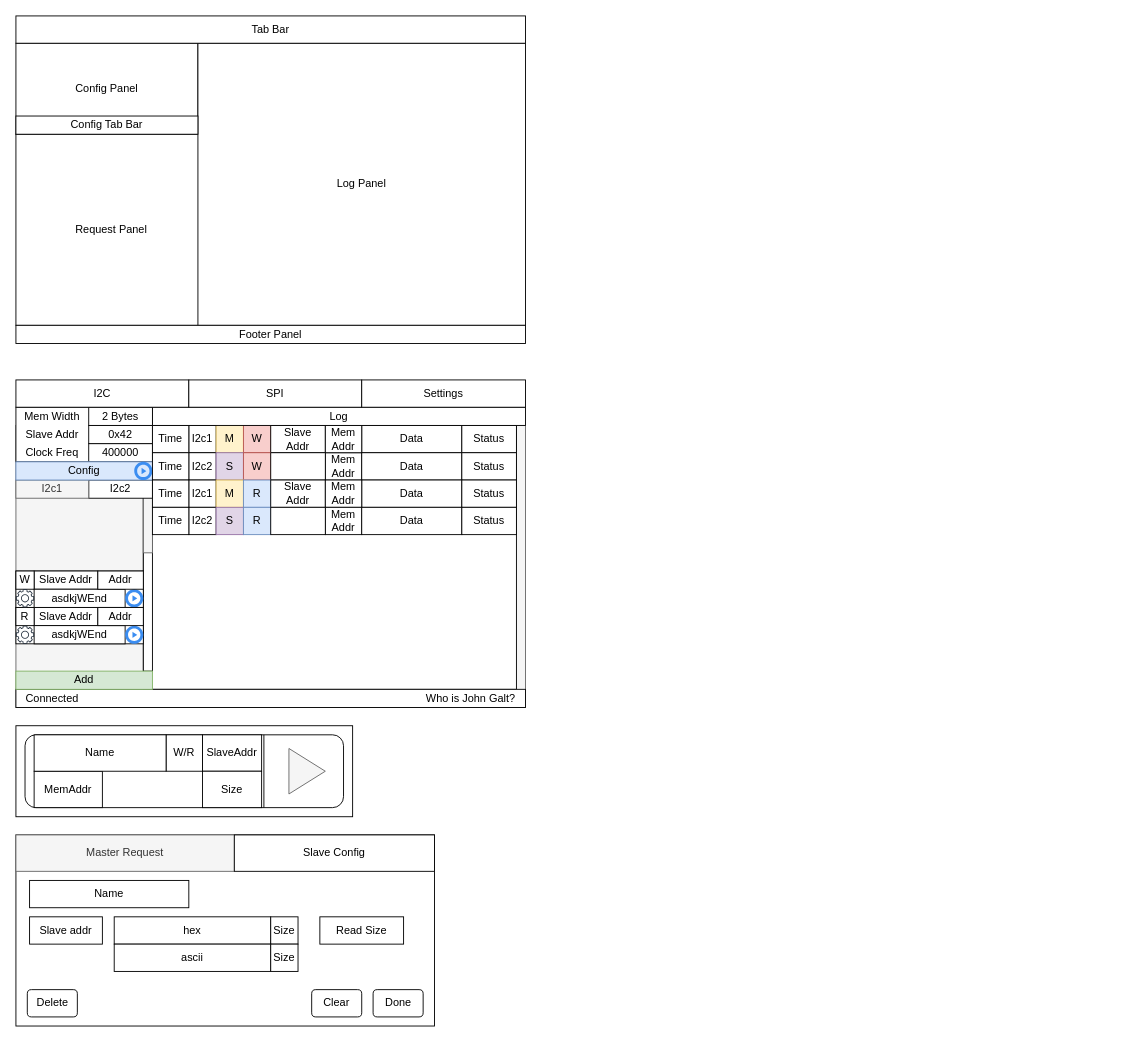
Before: UImock.drawio in AlmCoding/expander-ui, a draw.io diagram. Source tidied: cells renumbered, new cells numbered last; positions are measured from the earlier drawing's top-left corner, leaving out a move shared by most shapes. Both pictures are drawn from the tidied source at 91%, with x=0, y=0 at pixel (15, 15).
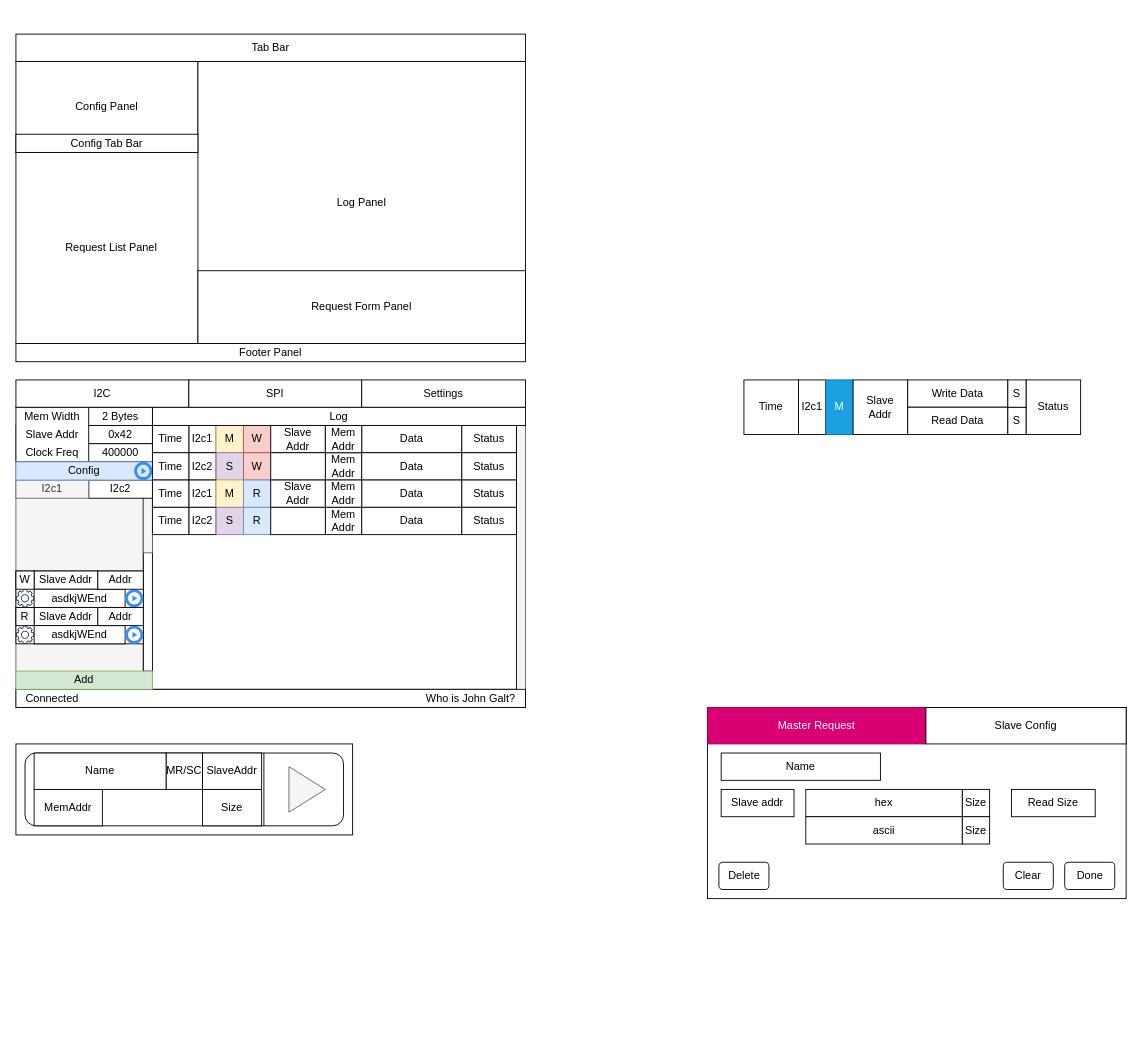
The same diagram, later.

Diff of the diagram source:
```diff
@@
     <mxCell id="2" style="rounded=0;whiteSpace=wrap;html=1;" parent="1" vertex="1">
-      <mxGeometry y="780" width="370" height="100" as="geometry" />
+      <mxGeometry y="800" width="370" height="100" as="geometry" />
     </mxCell>
@@
     <mxCell id="70" value="Config Panel" style="rounded=0;whiteSpace=wrap;html=1;" parent="1" vertex="1">
-      <mxGeometry y="30" width="200" height="100" as="geometry" />
+      <mxGeometry y="50" width="200" height="100" as="geometry" />
     </mxCell>
-    <mxCell id="71" value="Request Panel" style="rounded=0;whiteSpace=wrap;html=1;" parent="1" vertex="1">
-      <mxGeometry y="130" width="210" height="210" as="geometry" />
+    <mxCell id="71" value="Request List Panel" style="rounded=0;whiteSpace=wrap;html=1;" parent="1" vertex="1">
+      <mxGeometry y="150" width="210" height="210" as="geometry" />
     </mxCell>
     <mxCell id="72" value="Log Panel" style="rounded=0;whiteSpace=wrap;html=1;" parent="1" vertex="1">
-      <mxGeometry x="200" y="30" width="360" height="310" as="geometry" />
+      <mxGeometry x="200" y="50" width="360" height="310" as="geometry" />
     </mxCell>
     <mxCell id="73" value="Footer Panel" style="rounded=0;whiteSpace=wrap;html=1;" parent="1" vertex="1">
-      <mxGeometry y="340" width="560" height="20" as="geometry" />
+      <mxGeometry y="360" width="560" height="20" as="geometry" />
     </mxCell>
@@
     <mxCell id="76" value="Tab Bar" style="rounded=0;whiteSpace=wrap;html=1;" parent="1" vertex="1">
-      <mxGeometry width="560" height="30" as="geometry" />
+      <mxGeometry y="20" width="560" height="30" as="geometry" />
     </mxCell>
     <mxCell id="77" value="Config Tab Bar" style="rounded=0;whiteSpace=wrap;html=1;" parent="1" vertex="1">
-      <mxGeometry y="110" width="200" height="20" as="geometry" />
+      <mxGeometry y="130" width="200" height="20" as="geometry" />
     </mxCell>
     <mxCell id="78" style="rounded=1;whiteSpace=wrap;html=1;" parent="1" vertex="1">
-      <mxGeometry x="10" y="790" width="350" height="80" as="geometry" />
+      <mxGeometry x="10" y="810" width="350" height="80" as="geometry" />
     </mxCell>
     <mxCell id="79" style="triangle;whiteSpace=wrap;html=1;fillColor=#f5f5f5;fontColor=#333333;strokeColor=#666666;" parent="1" vertex="1">
-      <mxGeometry x="300" y="805" width="40" height="50" as="geometry" />
+      <mxGeometry x="300" y="825" width="40" height="50" as="geometry" />
     </mxCell>
@@
     <mxCell id="82" style="rounded=0;whiteSpace=wrap;html=1;" parent="1" vertex="1">
-      <mxGeometry y="900" width="460" height="210" as="geometry" />
+      <mxGeometry x="760" y="760" width="460" height="210" as="geometry" />
     </mxCell>
     <mxCell id="83" value="Slave addr" style="rounded=0;whiteSpace=wrap;html=1;" parent="1" vertex="1">
-      <mxGeometry x="15" y="990" width="80" height="30" as="geometry" />
+      <mxGeometry x="775" y="850" width="80" height="30" as="geometry" />
     </mxCell>
     <mxCell id="84" value="hex" style="rounded=0;whiteSpace=wrap;html=1;" parent="1" vertex="1">
-      <mxGeometry x="108" y="990" width="172" height="30" as="geometry" />
+      <mxGeometry x="868" y="850" width="172" height="30" as="geometry" />
     </mxCell>
     <mxCell id="85" value="Read Size" style="rounded=0;whiteSpace=wrap;html=1;" parent="1" vertex="1">
-      <mxGeometry x="334" y="990" width="92" height="30" as="geometry" />
+      <mxGeometry x="1094" y="850" width="92" height="30" as="geometry" />
     </mxCell>
     <mxCell id="86" value="Size" style="rounded=0;whiteSpace=wrap;html=1;" parent="1" vertex="1">
-      <mxGeometry x="280" y="990" width="30" height="30" as="geometry" />
+      <mxGeometry x="1040" y="850" width="30" height="30" as="geometry" />
     </mxCell>
     <mxCell id="87" value="ascii" style="rounded=0;whiteSpace=wrap;html=1;" parent="1" vertex="1">
-      <mxGeometry x="108" y="1020" width="172" height="30" as="geometry" />
+      <mxGeometry x="868" y="880" width="172" height="30" as="geometry" />
     </mxCell>
     <mxCell id="88" value="Size" style="rounded=0;whiteSpace=wrap;html=1;" parent="1" vertex="1">
-      <mxGeometry x="280" y="1020" width="30" height="30" as="geometry" />
+      <mxGeometry x="1040" y="880" width="30" height="30" as="geometry" />
     </mxCell>
     <mxCell id="89" value="Clear" style="rounded=1;whiteSpace=wrap;html=1;" parent="1" vertex="1">
-      <mxGeometry x="325" y="1070" width="55" height="30" as="geometry" />
+      <mxGeometry x="1085" y="930" width="55" height="30" as="geometry" />
     </mxCell>
     <mxCell id="90" value="Name" style="rounded=0;whiteSpace=wrap;html=1;" parent="1" vertex="1">
-      <mxGeometry x="15" y="950" width="175" height="30" as="geometry" />
+      <mxGeometry x="775" y="810" width="175" height="30" as="geometry" />
     </mxCell>
     <mxCell id="91" value="Done" style="rounded=1;whiteSpace=wrap;html=1;" parent="1" vertex="1">
-      <mxGeometry x="392.5" y="1070" width="55" height="30" as="geometry" />
+      <mxGeometry x="1152.5" y="930" width="55" height="30" as="geometry" />
     </mxCell>
     <mxCell id="92" value="Delete" style="rounded=1;whiteSpace=wrap;html=1;" parent="1" vertex="1">
-      <mxGeometry x="12.5" y="1070" width="55" height="30" as="geometry" />
+      <mxGeometry x="772.5" y="930" width="55" height="30" as="geometry" />
     </mxCell>
-    <mxCell id="93" value="Master Request" style="rounded=0;whiteSpace=wrap;html=1;fillColor=#f5f5f5;fontColor=#333333;strokeColor=#666666;" parent="1" vertex="1">
-      <mxGeometry y="900" width="240" height="40" as="geometry" />
+    <mxCell id="93" value="Master Request" style="rounded=0;whiteSpace=wrap;html=1;fillColor=#d80073;fontColor=#ffffff;strokeColor=#A50040;" parent="1" vertex="1">
+      <mxGeometry x="760" y="760" width="240" height="40" as="geometry" />
     </mxCell>
     <mxCell id="94" value="Slave Config" style="rounded=0;whiteSpace=wrap;html=1;" parent="1" vertex="1">
-      <mxGeometry x="240" y="900" width="220" height="40" as="geometry" />
+      <mxGeometry x="1000" y="760" width="220" height="40" as="geometry" />
     </mxCell>
     <mxCell id="95" value="SlaveAddr" style="rounded=0;whiteSpace=wrap;html=1;" parent="1" vertex="1">
-      <mxGeometry x="205" y="790" width="65" height="40" as="geometry" />
+      <mxGeometry x="205" y="810" width="65" height="40" as="geometry" />
     </mxCell>
-    <mxCell id="96" value="W/R" style="rounded=0;whiteSpace=wrap;html=1;" parent="1" vertex="1">
-      <mxGeometry x="165" y="790" width="40" height="40" as="geometry" />
+    <mxCell id="96" value="MR/SC" style="rounded=0;whiteSpace=wrap;html=1;" parent="1" vertex="1">
+      <mxGeometry x="165" y="810" width="40" height="40" as="geometry" />
     </mxCell>
     <mxCell id="97" value="MemAddr" style="rounded=0;whiteSpace=wrap;html=1;" parent="1" vertex="1">
-      <mxGeometry x="20" y="830" width="75" height="40" as="geometry" />
+      <mxGeometry x="20" y="850" width="75" height="40" as="geometry" />
     </mxCell>
     <mxCell id="98" value="Size" style="rounded=0;whiteSpace=wrap;html=1;" parent="1" vertex="1">
-      <mxGeometry x="205" y="830" width="65" height="40" as="geometry" />
+      <mxGeometry x="205" y="850" width="65" height="40" as="geometry" />
     </mxCell>
     <mxCell id="99" value="Name" style="rounded=0;whiteSpace=wrap;html=1;" parent="1" vertex="1">
-      <mxGeometry x="20" y="790" width="145" height="40" as="geometry" />
+      <mxGeometry x="20" y="810" width="145" height="40" as="geometry" />
     </mxCell>
+    <mxCell id="100" value="Time" style="rounded=0;whiteSpace=wrap;html=1;" parent="1" vertex="1">
+      <mxGeometry x="800" y="400" width="60" height="60" as="geometry" />
+    </mxCell>
+    <mxCell id="101" value="I2c1" style="rounded=0;whiteSpace=wrap;html=1;" parent="1" vertex="1">
+      <mxGeometry x="860" y="400" width="30" height="60" as="geometry" />
+    </mxCell>
+    <mxCell id="102" value="M" style="rounded=0;whiteSpace=wrap;html=1;fillColor=#1ba1e2;strokeColor=#006EAF;fontColor=#ffffff;" parent="1" vertex="1">
+      <mxGeometry x="890" y="400" width="30" height="60" as="geometry" />
+    </mxCell>
+    <mxCell id="103" value="Slave Addr" style="rounded=0;whiteSpace=wrap;html=1;" parent="1" vertex="1">
+      <mxGeometry x="920" y="400" width="60" height="60" as="geometry" />
+    </mxCell>
+    <mxCell id="104" value="Write Data" style="rounded=0;whiteSpace=wrap;html=1;" parent="1" vertex="1">
+      <mxGeometry x="980" y="400" width="110" height="30" as="geometry" />
+    </mxCell>
+    <mxCell id="105" value="Read Data" style="rounded=0;whiteSpace=wrap;html=1;" parent="1" vertex="1">
+      <mxGeometry x="980" y="430" width="110" height="30" as="geometry" />
+    </mxCell>
+    <mxCell id="106" value="Request Form Panel" style="rounded=0;whiteSpace=wrap;html=1;" parent="1" vertex="1">
+      <mxGeometry x="200" y="280" width="360" height="80" as="geometry" />
+    </mxCell>
+    <mxCell id="107" value="Status" style="rounded=0;whiteSpace=wrap;html=1;" parent="1" vertex="1">
+      <mxGeometry x="1110" y="400" width="60" height="60" as="geometry" />
+    </mxCell>
+    <mxCell id="108" value="S" style="rounded=0;whiteSpace=wrap;html=1;" parent="1" vertex="1">
+      <mxGeometry x="1090" y="430" width="20" height="30" as="geometry" />
+    </mxCell>
+    <mxCell id="109" value="S" style="rounded=0;whiteSpace=wrap;html=1;" parent="1" vertex="1">
+      <mxGeometry x="1090" y="400" width="20" height="30" as="geometry" />
+    </mxCell>
```
